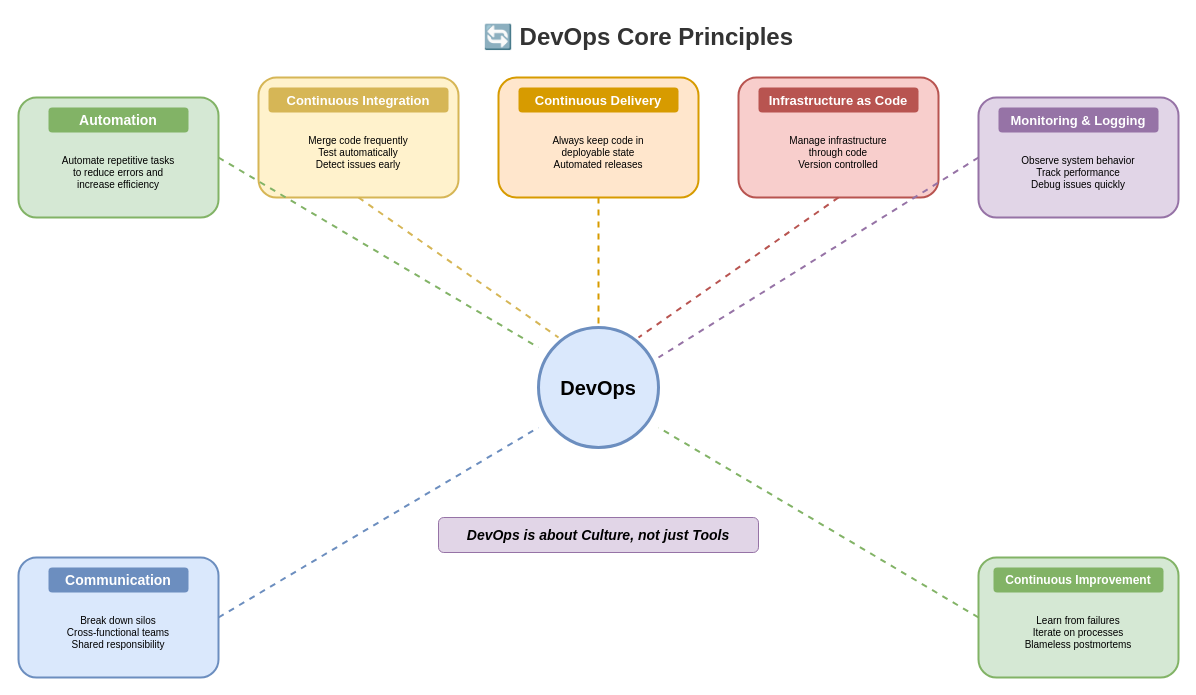
The draw.io diagram lesson-05-devops-platform-engineering/diagrams/1.2-devops-principles.drawio in MrParkerZ7/document-lesson-software-architect-x-claude, before the edit. Source tidied: cells renumbered, new cells numbered last; positions are measured from the earlier drawing's top-left corner, leaving out a move shared by most shapes. Both pictures are drawn from the tidied source at 100%, with x=0, y=0 at pixel (18, 17).
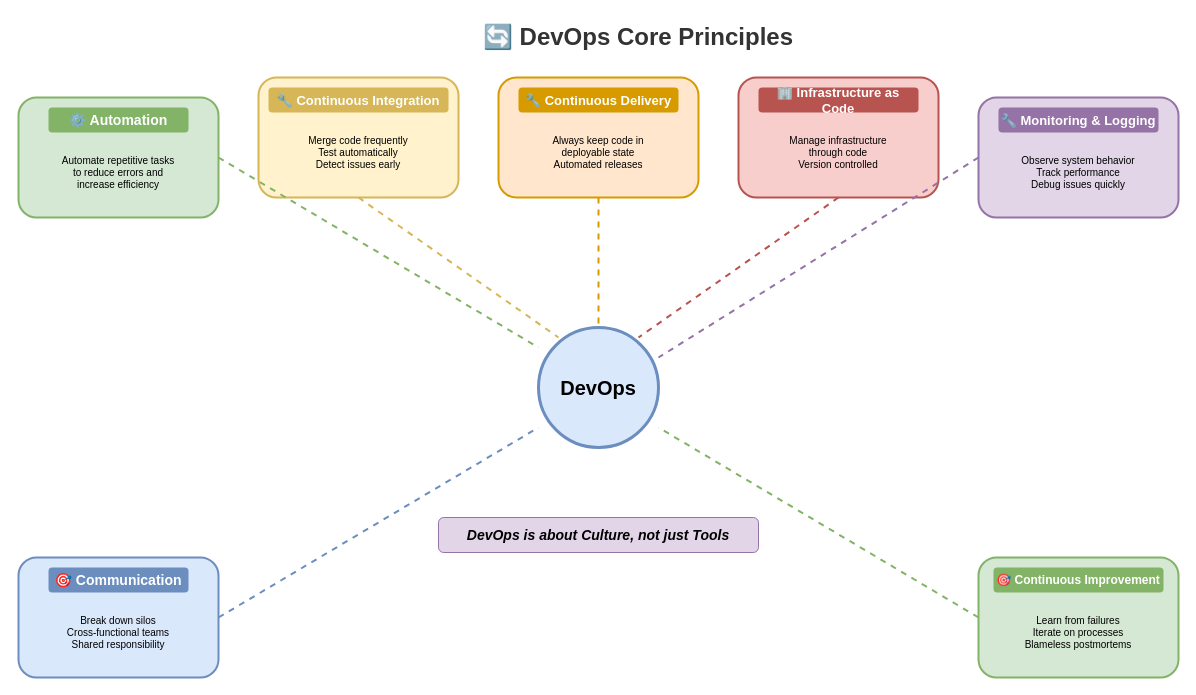
Above is the later version.

The edit, as a diff of the source:
```diff
@@
-    <mxCell id="5" value="Automation" style="text;html=1;strokeColor=none;fillColor=#82b366;align=center;verticalAlign=middle;whiteSpace=wrap;rounded=1;fontSize=14;fontStyle=1;fontColor=#ffffff;" parent="1" vertex="1">
+    <mxCell id="5" value="⚙️ Automation" style="text;html=1;strokeColor=none;fillColor=#82b366;align=center;verticalAlign=middle;whiteSpace=wrap;rounded=1;fontSize=14;fontStyle=1;fontColor=#ffffff;" parent="1" vertex="1">
       <mxGeometry x="30" y="90" width="140" height="25" as="geometry" />
     </mxCell>
@@
-    <mxCell id="8" value="Continuous Integration" style="text;html=1;strokeColor=none;fillColor=#d6b656;align=center;verticalAlign=middle;whiteSpace=wrap;rounded=1;fontSize=13;fontStyle=1;fontColor=#ffffff;" parent="1" vertex="1">
+    <mxCell id="8" value="🔧 Continuous Integration" style="text;html=1;strokeColor=none;fillColor=#d6b656;align=center;verticalAlign=middle;whiteSpace=wrap;rounded=1;fontSize=13;fontStyle=1;fontColor=#ffffff;" parent="1" vertex="1">
       <mxGeometry x="250" y="70" width="180" height="25" as="geometry" />
     </mxCell>
@@
-    <mxCell id="11" value="Continuous Delivery" style="text;html=1;strokeColor=none;fillColor=#d79b00;align=center;verticalAlign=middle;whiteSpace=wrap;rounded=1;fontSize=13;fontStyle=1;fontColor=#ffffff;" parent="1" vertex="1">
+    <mxCell id="11" value="🔧 Continuous Delivery" style="text;html=1;strokeColor=none;fillColor=#d79b00;align=center;verticalAlign=middle;whiteSpace=wrap;rounded=1;fontSize=13;fontStyle=1;fontColor=#ffffff;" parent="1" vertex="1">
       <mxGeometry x="500" y="70" width="160" height="25" as="geometry" />
     </mxCell>
@@
-    <mxCell id="14" value="Infrastructure as Code" style="text;html=1;strokeColor=none;fillColor=#b85450;align=center;verticalAlign=middle;whiteSpace=wrap;rounded=1;fontSize=13;fontStyle=1;fontColor=#ffffff;" parent="1" vertex="1">
+    <mxCell id="14" value="🏢 Infrastructure as Code" style="text;html=1;strokeColor=none;fillColor=#b85450;align=center;verticalAlign=middle;whiteSpace=wrap;rounded=1;fontSize=13;fontStyle=1;fontColor=#ffffff;" parent="1" vertex="1">
       <mxGeometry x="740" y="70" width="160" height="25" as="geometry" />
     </mxCell>
@@
-    <mxCell id="17" value="Monitoring &amp; Logging" style="text;html=1;strokeColor=none;fillColor=#9673a6;align=center;verticalAlign=middle;whiteSpace=wrap;rounded=1;fontSize=13;fontStyle=1;fontColor=#ffffff;" parent="1" vertex="1">
+    <mxCell id="17" value="🔧 Monitoring &amp; Logging" style="text;html=1;strokeColor=none;fillColor=#9673a6;align=center;verticalAlign=middle;whiteSpace=wrap;rounded=1;fontSize=13;fontStyle=1;fontColor=#ffffff;" parent="1" vertex="1">
       <mxGeometry x="980" y="90" width="160" height="25" as="geometry" />
     </mxCell>
@@
-    <mxCell id="20" value="Communication" style="text;html=1;strokeColor=none;fillColor=#6c8ebf;align=center;verticalAlign=middle;whiteSpace=wrap;rounded=1;fontSize=14;fontStyle=1;fontColor=#ffffff;" parent="1" vertex="1">
+    <mxCell id="20" value="🎯 Communication" style="text;html=1;strokeColor=none;fillColor=#6c8ebf;align=center;verticalAlign=middle;whiteSpace=wrap;rounded=1;fontSize=14;fontStyle=1;fontColor=#ffffff;" parent="1" vertex="1">
       <mxGeometry x="30" y="550" width="140" height="25" as="geometry" />
     </mxCell>
@@
-    <mxCell id="23" value="Continuous Improvement" style="text;html=1;strokeColor=none;fillColor=#82b366;align=center;verticalAlign=middle;whiteSpace=wrap;rounded=1;fontSize=12;fontStyle=1;fontColor=#ffffff;" parent="1" vertex="1">
+    <mxCell id="23" value="🎯 Continuous Improvement" style="text;html=1;strokeColor=none;fillColor=#82b366;align=center;verticalAlign=middle;whiteSpace=wrap;rounded=1;fontSize=12;fontStyle=1;fontColor=#ffffff;" parent="1" vertex="1">
       <mxGeometry x="975" y="550" width="170" height="25" as="geometry" />
     </mxCell>
```
